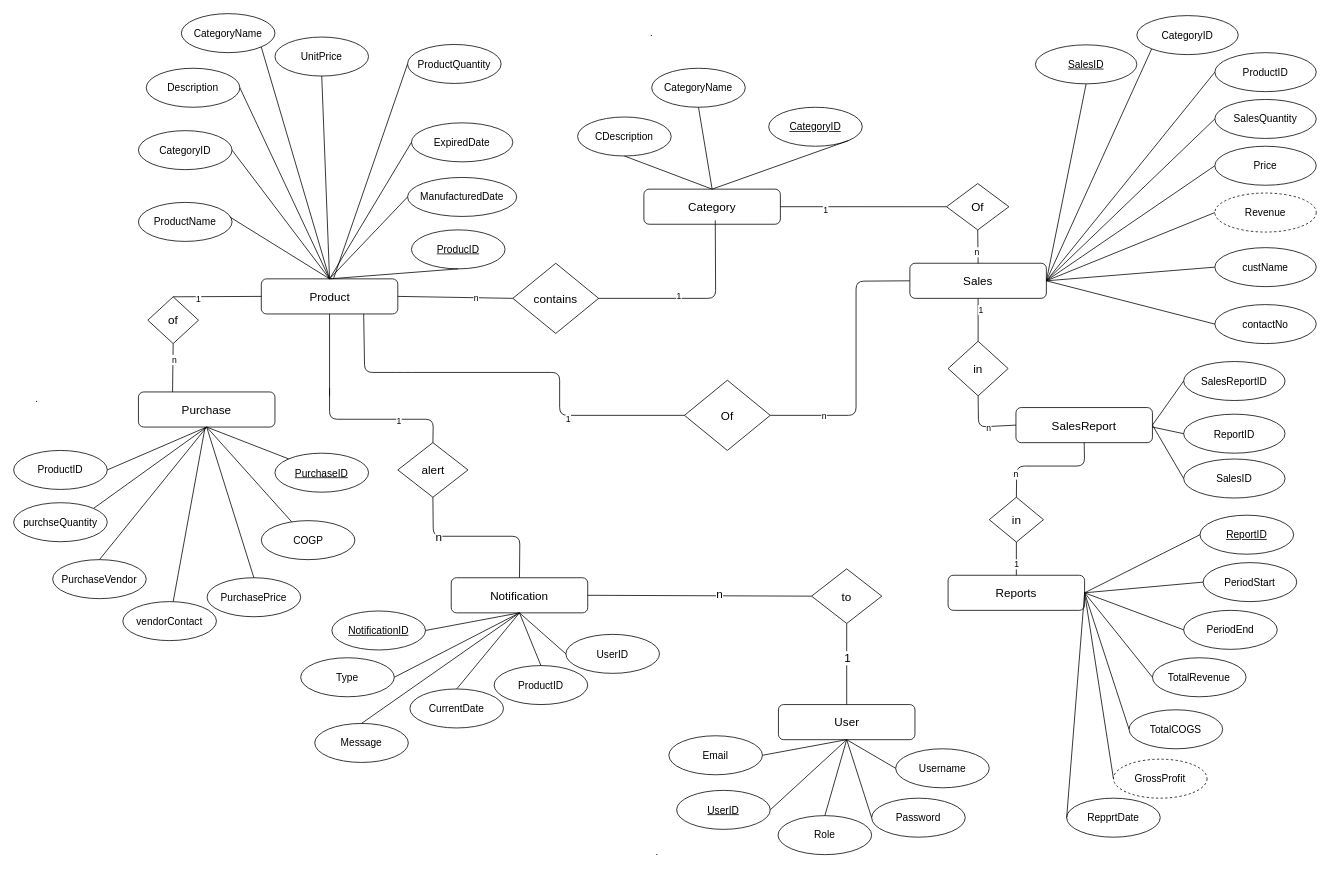
The draw.io diagram ErDiagram.drawio in parmilan1998/Sales_management_system, before the edit. Source tidied: cells renumbered, new cells numbered last; positions are measured from the earlier drawing's top-left corner, leaving out a move shared by most shapes. Both pictures are drawn from the tidied source at 78%, with x=0, y=0 at pixel (13, 13).
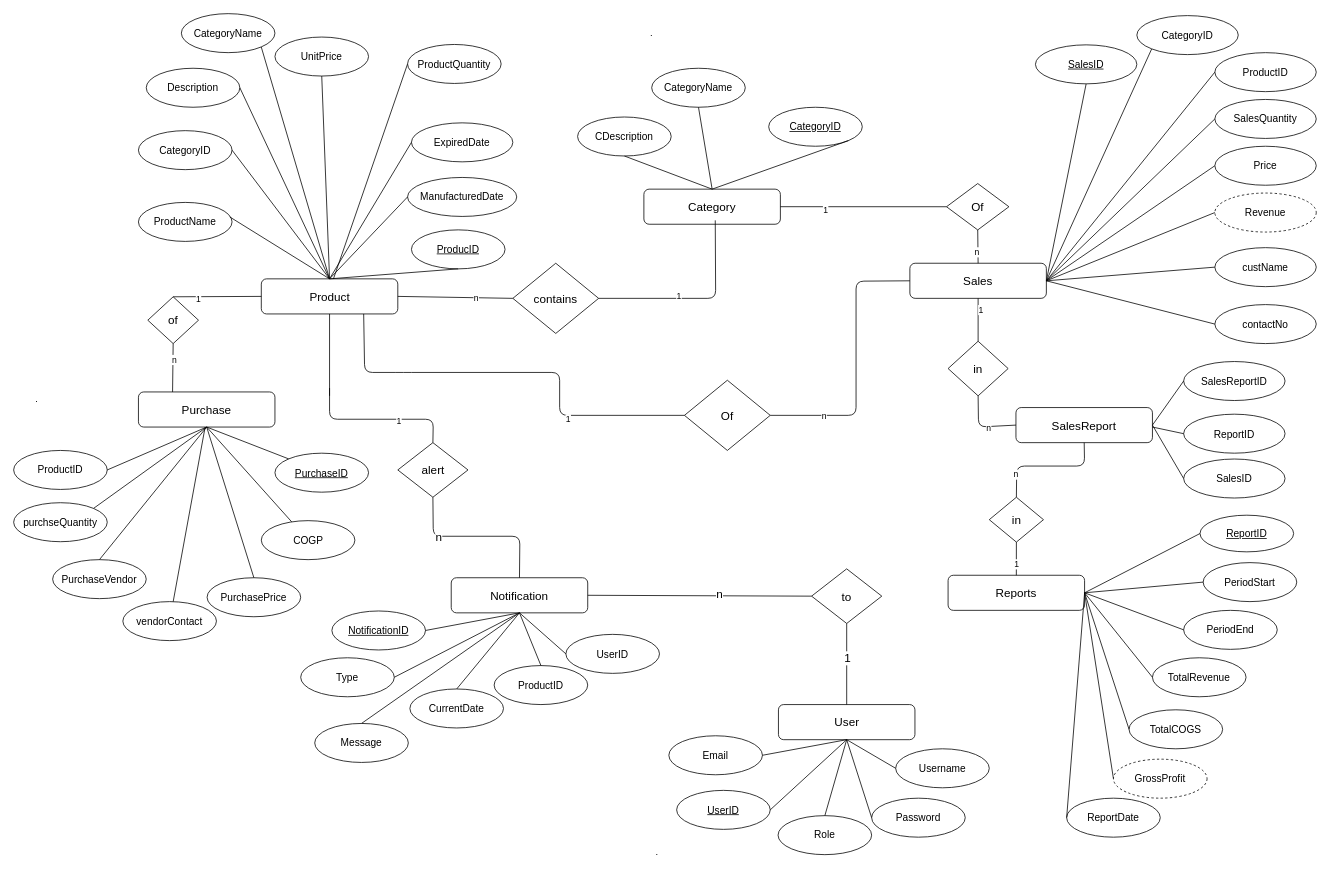
Above is the later version.

What changed in the source:
```diff
@@
     <mxCell id="49" value="ReportID" style="ellipse;whiteSpace=wrap;html=1;fontSize=13;fontStyle=4;" parent="1" vertex="1">
-      <mxGeometry x="1521" y="643" width="120" height="50" as="geometry" />
+      <mxGeometry x="1521" y="643" width="120" height="47" as="geometry" />
     </mxCell>
@@
-    <mxCell id="55" value="RepprtDate" style="ellipse;whiteSpace=wrap;html=1;fontSize=13;fontStyle=0;" parent="1" vertex="1">
+    <mxCell id="55" value="ReportDate" style="ellipse;whiteSpace=wrap;html=1;fontSize=13;fontStyle=0;" parent="1" vertex="1">
       <mxGeometry x="1350" y="1005.8" width="120" height="50" as="geometry" />
     </mxCell>
```
